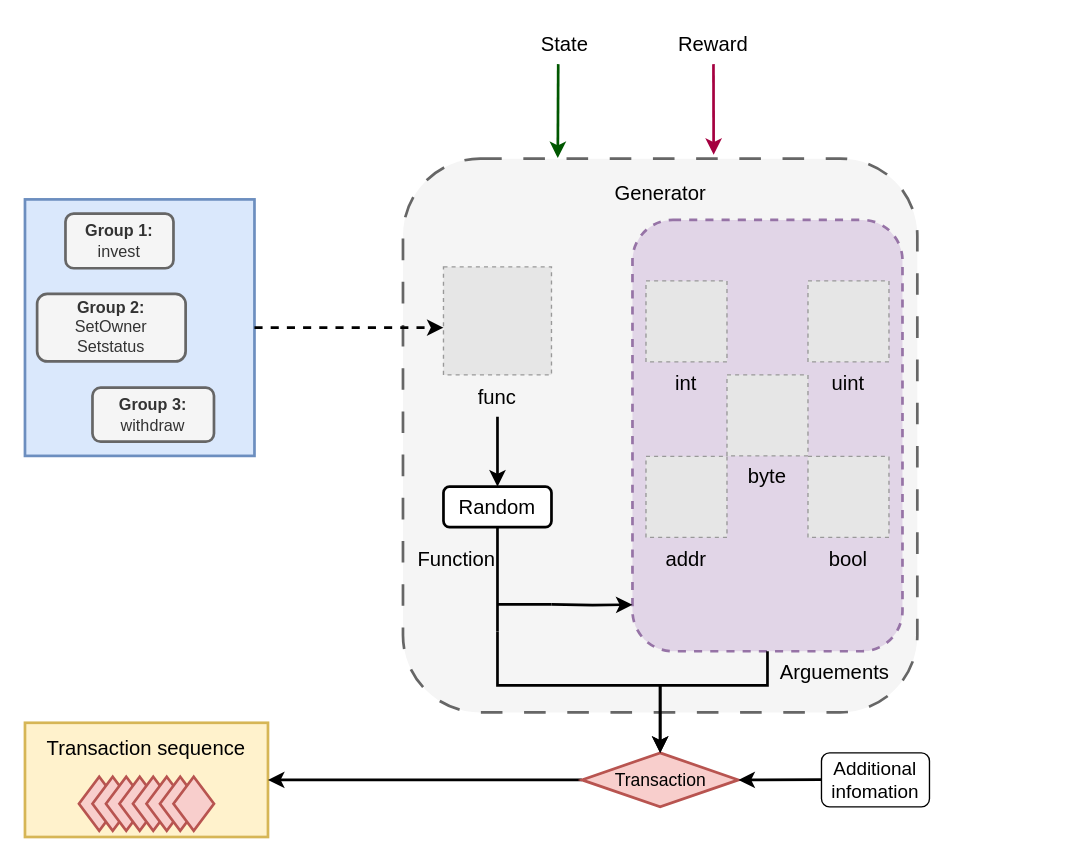
Earlier version of the draw.io diagram generator.drawio (reuvenb-nub/novel-smartcontract-fuzzing). Source tidied: cells renumbered, new cells numbered last; positions are measured from the earlier drawing's top-left corner, leaving out a move shared by most shapes. Both pictures are drawn from the tidied source at 135%, with x=0, y=0 at pixel (24, 23). Pictures stored in the file or linked from it are replaced by grey dashed boxes.
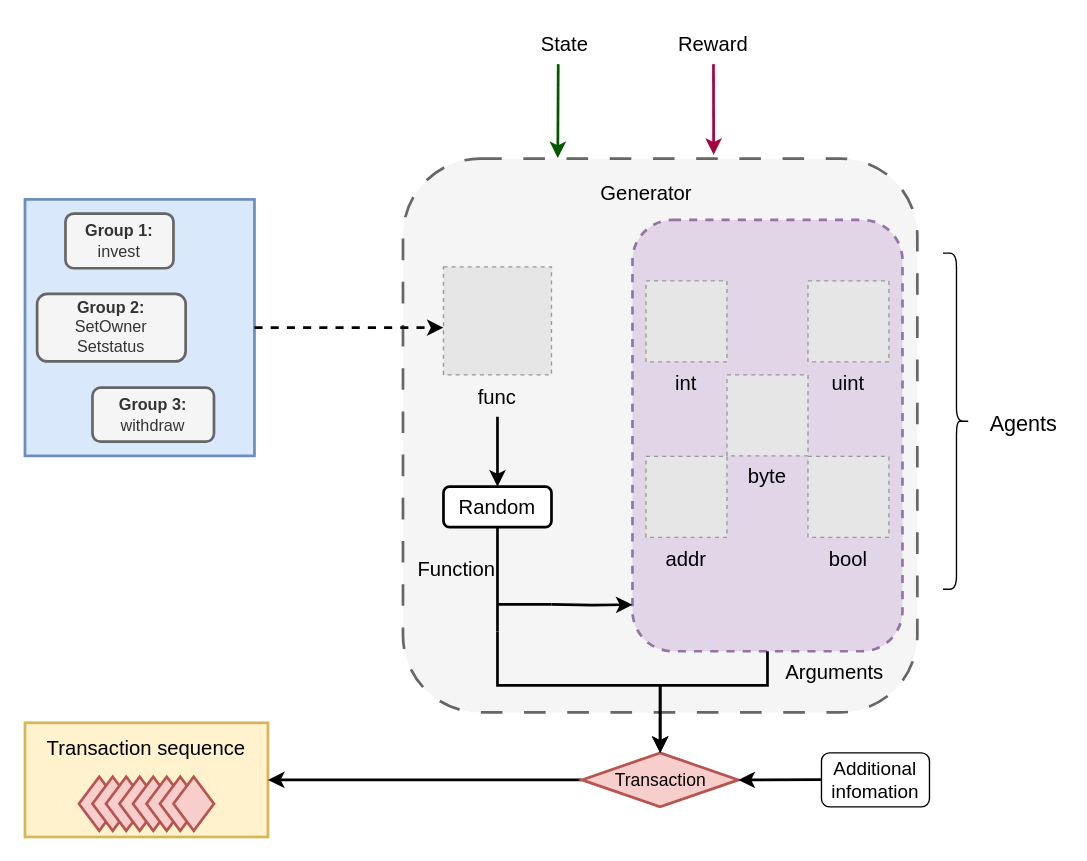
The same diagram, later.

What changed in the source:
```diff
@@
     <mxCell id="8" value="&lt;font style=&quot;font-size: 15px;&quot;&gt;Generator&lt;/font&gt;" style="text;html=1;align=center;verticalAlign=middle;whiteSpace=wrap;rounded=0;strokeWidth=2;" parent="1" vertex="1">
-      <mxGeometry x="440.5" y="110.2" width="60" height="30" as="geometry" />
+      <mxGeometry x="420" y="110.2" width="80.5" height="30" as="geometry" />
     </mxCell>
@@
     <mxCell id="50" value="&lt;font style=&quot;font-size: 15px;&quot;&gt;Function&lt;/font&gt;" style="text;html=1;align=center;verticalAlign=middle;whiteSpace=wrap;rounded=0;strokeWidth=2;" parent="1" vertex="1">
-      <mxGeometry x="280" y="381" width="80" height="30" as="geometry" />
+      <mxGeometry x="280" y="389" width="80" height="30" as="geometry" />
     </mxCell>
-    <mxCell id="51" value="&lt;font style=&quot;font-size: 15px;&quot;&gt;Arguements&lt;/font&gt;" style="text;html=1;align=center;verticalAlign=middle;whiteSpace=wrap;rounded=0;strokeWidth=2;" parent="1" vertex="1">
-      <mxGeometry x="570" y="464.9" width="60" height="30" as="geometry" />
+    <mxCell id="51" value="&lt;font style=&quot;font-size: 15px;&quot;&gt;Arguments&lt;/font&gt;" style="text;html=1;align=center;verticalAlign=middle;whiteSpace=wrap;rounded=0;strokeWidth=2;" parent="1" vertex="1">
+      <mxGeometry x="560" y="464.9" width="80" height="30" as="geometry" />
     </mxCell>
@@
+    <mxCell id="58" style="shape=curlyBracket;whiteSpace=wrap;html=1;rounded=1;flipH=1;labelPosition=right;verticalLabelPosition=middle;align=left;verticalAlign=middle;" parent="1" vertex="1">
+      <mxGeometry x="680" y="170" width="20" height="249" as="geometry" />
+    </mxCell>
+    <mxCell id="59" value="&lt;font style=&quot;font-size: 16px;&quot;&gt;Agents&lt;/font&gt;" style="text;html=1;align=center;verticalAlign=middle;whiteSpace=wrap;rounded=0;" parent="1" vertex="1">
+      <mxGeometry x="710" y="281" width="60" height="30" as="geometry" />
+    </mxCell>
```
